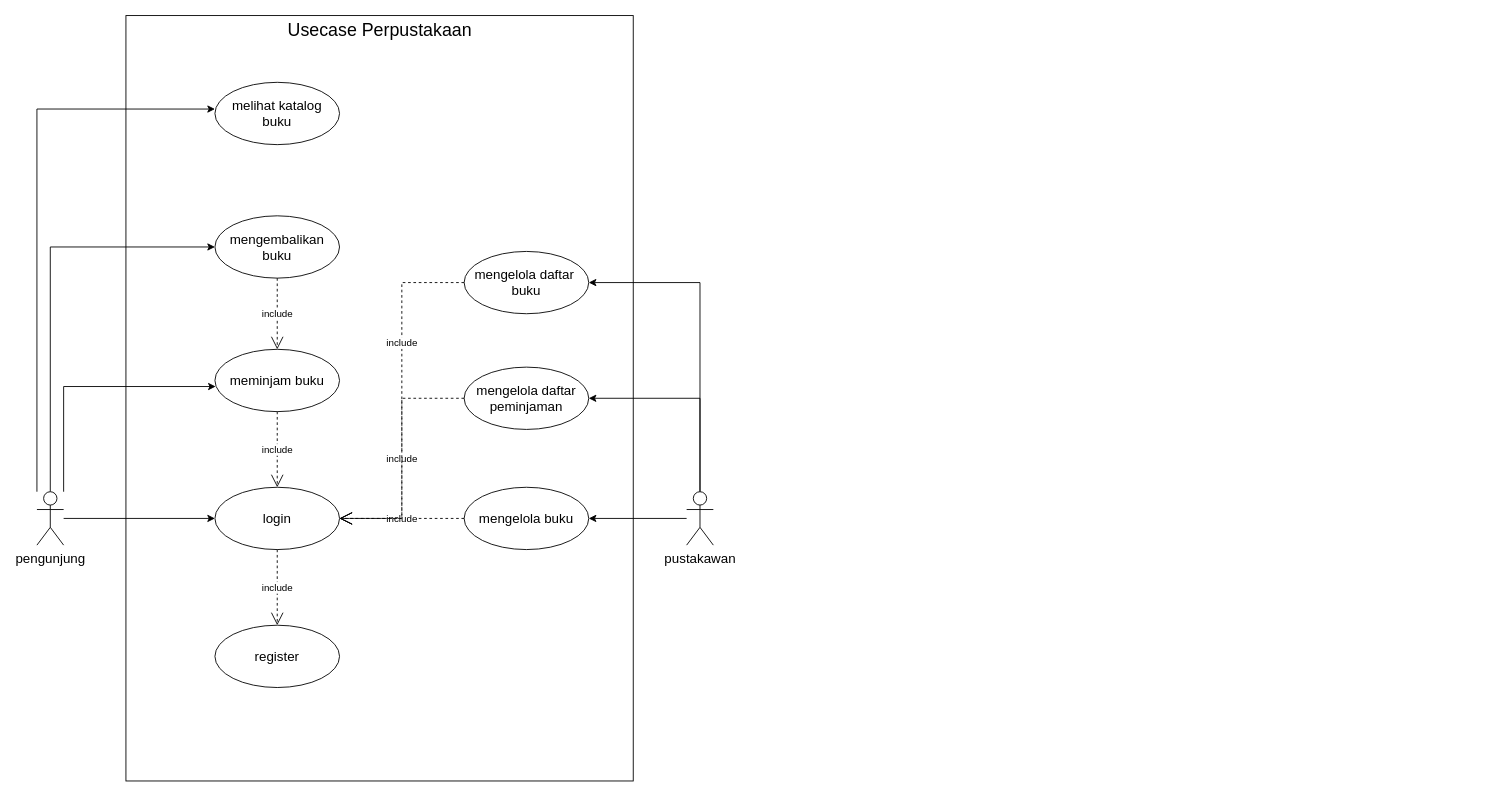
zerocode0806/Flowchart-E-Comerce-Elektronik keeps this draw.io diagram as Use-Case-Diagram-Ecommerce.drawio. Above is the earlier version. Source tidied: cells renumbered, new cells numbered last; positions are measured from the earlier drawing's top-left corner, leaving out a move shared by most shapes. Both pictures are drawn from the tidied source at 89%, with x=0, y=0 at pixel (36, 15).
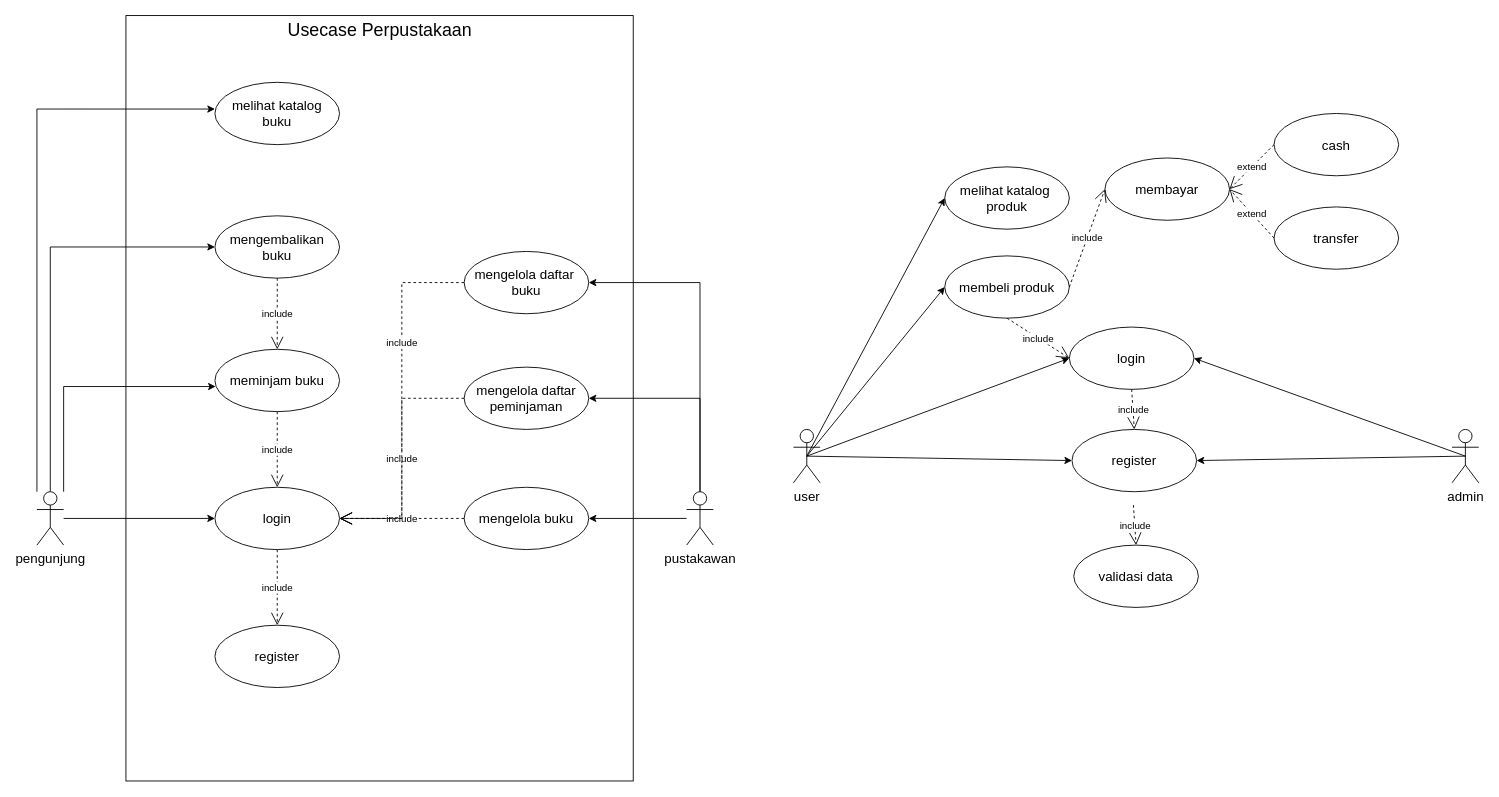
The same diagram, later.

The edit, as a diff of the source:
```diff
@@
+    <mxCell id="27" value="user" style="shape=umlActor;verticalLabelPosition=bottom;verticalAlign=top;html=1;fontSize=15;" parent="1" vertex="1">
+      <mxGeometry x="850" y="465" width="30" height="60" as="geometry" />
+    </mxCell>
+    <mxCell id="28" value="admin" style="shape=umlActor;verticalLabelPosition=bottom;verticalAlign=top;html=1;fontSize=15;" parent="1" vertex="1">
+      <mxGeometry x="1590" y="465" width="30" height="60" as="geometry" />
+    </mxCell>
+    <mxCell id="29" value="login" style="ellipse;whiteSpace=wrap;html=1;fontSize=15;" parent="1" vertex="1">
+      <mxGeometry x="1160" y="350" width="140" height="70" as="geometry" />
+    </mxCell>
+    <mxCell id="30" value="register" style="ellipse;whiteSpace=wrap;html=1;fontSize=15;" parent="1" vertex="1">
+      <mxGeometry x="1163" y="465" width="140" height="70" as="geometry" />
+    </mxCell>
+    <mxCell id="31" value="validasi data" style="ellipse;whiteSpace=wrap;html=1;fontSize=15;" parent="1" vertex="1">
+      <mxGeometry x="1165" y="595" width="140" height="70" as="geometry" />
+    </mxCell>
+    <mxCell id="32" style="endArrow=classic;html=1;rounded=0;entryX=0;entryY=0.5;entryDx=0;entryDy=0;exitX=0.5;exitY=0.5;exitDx=0;exitDy=0;exitPerimeter=0;" parent="1" edge="1" source="27" target="29">
+      <mxGeometry relative="1" as="geometry" />
+    </mxCell>
+    <mxCell id="33" style="endArrow=classic;html=1;rounded=0;entryX=0;entryY=0.5;entryDx=0;entryDy=0;exitX=0.5;exitY=0.5;exitDx=0;exitDy=0;exitPerimeter=0;" parent="1" edge="1" source="27" target="30">
+      <mxGeometry relative="1" as="geometry" />
+    </mxCell>
+    <mxCell id="34" value="include" style="endArrow=open;endSize=12;dashed=1;html=1;rounded=0;entryX=0.5;entryY=0;entryDx=0;entryDy=0;exitX=0.5;exitY=1;exitDx=0;exitDy=0;" parent="1" edge="1" source="29" target="30">
+      <mxGeometry relative="1" as="geometry" />
+    </mxCell>
+    <mxCell id="35" value="include" style="endArrow=open;endSize=12;dashed=1;html=1;rounded=0;entryX=0.5;entryY=0;entryDx=0;entryDy=0;" parent="1" edge="1" target="31">
+      <mxGeometry relative="1" as="geometry">
+        <mxPoint x="1232" y="550" as="sourcePoint" />
+      </mxGeometry>
+    </mxCell>
+    <mxCell id="36" style="endArrow=classic;html=1;rounded=0;entryX=1;entryY=0.5;entryDx=0;entryDy=0;exitX=0.5;exitY=0.5;exitDx=0;exitDy=0;exitPerimeter=0;" parent="1" edge="1" source="28" target="29">
+      <mxGeometry relative="1" as="geometry" />
+    </mxCell>
+    <mxCell id="37" style="endArrow=classic;html=1;rounded=0;entryX=1;entryY=0.5;entryDx=0;entryDy=0;exitX=0.5;exitY=0.5;exitDx=0;exitDy=0;exitPerimeter=0;" parent="1" edge="1" source="28" target="30">
+      <mxGeometry relative="1" as="geometry" />
+    </mxCell>
+    <mxCell id="38" value="membeli produk" style="ellipse;whiteSpace=wrap;html=1;fontSize=15;" parent="1" vertex="1">
+      <mxGeometry x="1020" y="270" width="140" height="70" as="geometry" />
+    </mxCell>
+    <mxCell id="39" value="membayar" style="ellipse;whiteSpace=wrap;html=1;fontSize=15;" parent="1" vertex="1">
+      <mxGeometry x="1200" y="160" width="140" height="70" as="geometry" />
+    </mxCell>
+    <mxCell id="40" style="endArrow=classic;html=1;rounded=0;entryX=0;entryY=0.5;entryDx=0;entryDy=0;exitX=0.5;exitY=0.5;exitDx=0;exitDy=0;exitPerimeter=0;" parent="1" edge="1" source="27" target="38">
+      <mxGeometry relative="1" as="geometry" />
+    </mxCell>
+    <mxCell id="41" value="include" style="endArrow=open;endSize=12;dashed=1;html=1;rounded=0;entryX=0;entryY=0.5;entryDx=0;entryDy=0;exitX=1;exitY=0.5;exitDx=0;exitDy=0;" parent="1" edge="1" source="38" target="39">
+      <mxGeometry relative="1" as="geometry" />
+    </mxCell>
+    <mxCell id="42" value="include" style="endArrow=open;endSize=12;dashed=1;html=1;rounded=0;entryX=0;entryY=0.5;entryDx=0;entryDy=0;exitX=0.5;exitY=1;exitDx=0;exitDy=0;" parent="1" edge="1" source="38" target="29">
+      <mxGeometry relative="1" as="geometry" />
+    </mxCell>
+    <mxCell id="43" value="cash" style="ellipse;whiteSpace=wrap;html=1;fontSize=15;" parent="1" vertex="1">
+      <mxGeometry x="1390" y="110" width="140" height="70" as="geometry" />
+    </mxCell>
+    <mxCell id="44" value="transfer" style="ellipse;whiteSpace=wrap;html=1;fontSize=15;" parent="1" vertex="1">
+      <mxGeometry x="1390" y="215" width="140" height="70" as="geometry" />
+    </mxCell>
+    <mxCell id="45" value="extend" style="endArrow=open;endSize=12;dashed=1;html=1;rounded=0;entryX=1;entryY=0.5;entryDx=0;entryDy=0;exitX=0;exitY=0.5;exitDx=0;exitDy=0;" parent="1" edge="1" source="44" target="39">
+      <mxGeometry relative="1" as="geometry" />
+    </mxCell>
+    <mxCell id="46" value="extend" style="endArrow=open;endSize=12;dashed=1;html=1;rounded=0;entryX=1;entryY=0.5;entryDx=0;entryDy=0;exitX=0;exitY=0.5;exitDx=0;exitDy=0;" parent="1" edge="1" source="43" target="39">
+      <mxGeometry relative="1" as="geometry" />
+    </mxCell>
+    <mxCell id="47" value="melihat katalog&amp;nbsp;&lt;div&gt;produk&lt;/div&gt;" style="ellipse;whiteSpace=wrap;html=1;fontSize=15;" parent="1" vertex="1">
+      <mxGeometry x="1020" y="170" width="140" height="70" as="geometry" />
+    </mxCell>
+    <mxCell id="48" style="endArrow=classic;html=1;rounded=0;entryX=0;entryY=0.5;entryDx=0;entryDy=0;exitX=0.5;exitY=0.5;exitDx=0;exitDy=0;exitPerimeter=0;" parent="1" edge="1" source="27" target="47">
+      <mxGeometry relative="1" as="geometry" />
+    </mxCell>
```
